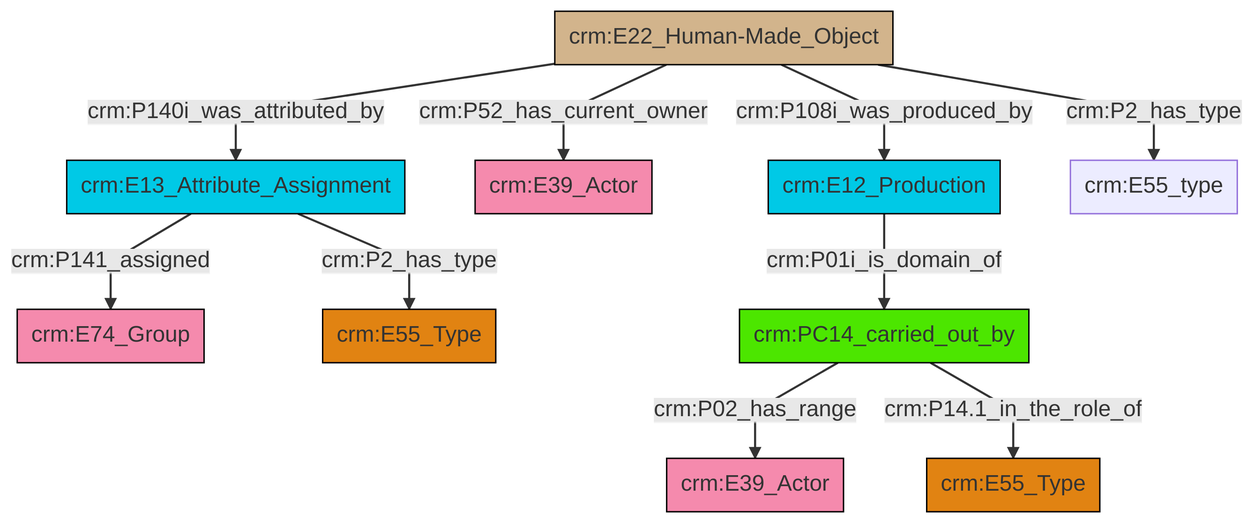
Earlier version of the Mermaid export et/builtWorkCSV/ttl/mmd/png/Built_Work_actor_relations.png (swiss-art-research-net/docs.swissartresearch). Its source is kept beside it as et/builtWorkCSV/ttl/mmd/Built_Work_actor_relations.ttl.mmd. Source of this version:
```mermaid
graph TD
classDef Literal fill:#f2f2f2,stroke:#000000;
classDef CRM_Entity fill:#FFFFFF,stroke:#000000;
classDef Temporal_Entity fill:#00C9E6, stroke:#000000;
classDef Type fill:#E18312, stroke:#000000;
classDef Time-Span fill:#2C9C91, stroke:#000000;
classDef Appellation fill:#FFEB7F, stroke:#000000;
classDef Place fill:#008836, stroke:#000000;
classDef Persistent_Item fill:#B266B2, stroke:#000000;
classDef Conceptual_Object fill:#FFD700, stroke:#000000;
classDef Physical_Thing fill:#D2B48C, stroke:#000000;
classDef Actor fill:#f58aad, stroke:#000000;
classDef PC_Classes fill:#4ce600, stroke:#000000;
classDef Multi fill:#cccccc,stroke:#000000;

0["crm:E13_Attribute_Assignment"]:::Temporal_Entity -->|crm:P141_assigned| 1["crm:E74_Group"]:::Actor
2["crm:E22_Human-Made_Object"]:::Physical_Thing -->|crm:P52_has_current_owner| 3["crm:E39_Actor"]:::Actor
7["crm:PC14_carried_out_by"]:::PC_Classes -->|crm:P02_has_range| 8["crm:E39_Actor"]:::Actor
2["crm:E22_Human-Made_Object"]:::Physical_Thing -->|crm:P140i_was_attributed_by| 0["crm:E13_Attribute_Assignment"]:::Temporal_Entity
0["crm:E13_Attribute_Assignment"]:::Temporal_Entity -->|crm:P2_has_type| 5["crm:E55_Type"]:::Type
11["crm:E12_Production"]:::Temporal_Entity -->|crm:P01i_is_domain_of| 7["crm:PC14_carried_out_by"]:::PC_Classes
2["crm:E22_Human-Made_Object"]:::Physical_Thing -->|crm:P108i_was_produced_by| 11["crm:E12_Production"]:::Temporal_Entity
7["crm:PC14_carried_out_by"]:::PC_Classes -->|crm:P14.1_in_the_role_of| 9["crm:E55_Type"]:::Type
2["crm:E22_Human-Made_Object"]:::Physical_Thing -->|crm:P2_has_type| 16["crm:E55_type"]:::Default
```
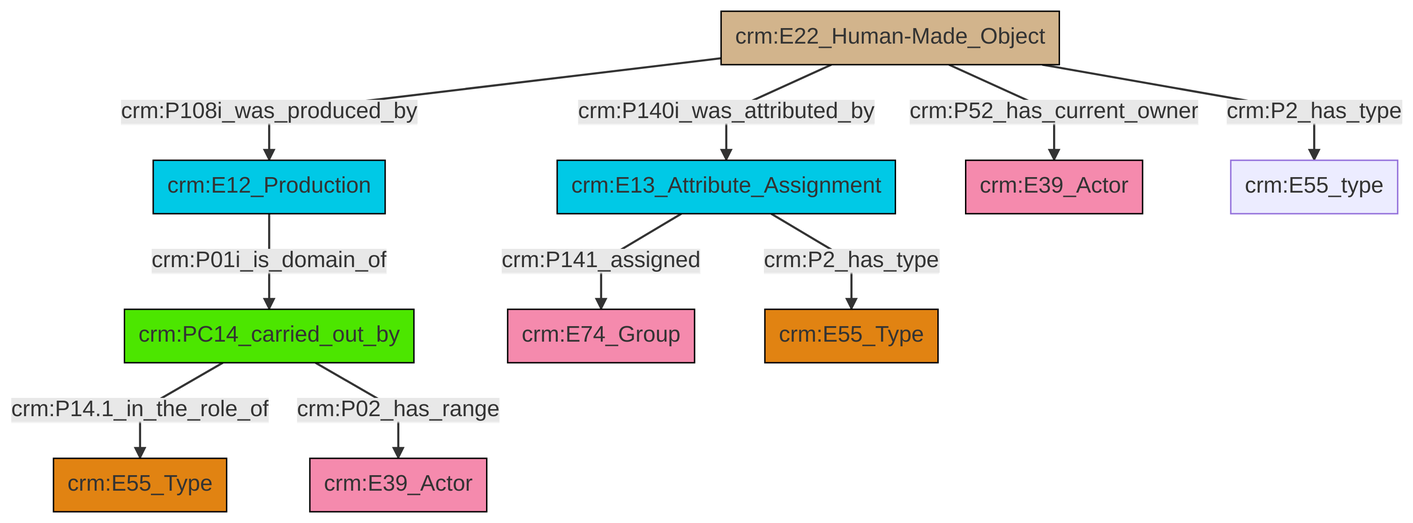
After the commit.

What changed in the source:
```diff
@@ -13,12 +13,12 @@
 classDef PC_Classes fill:#4ce600, stroke:#000000;
 classDef Multi fill:#cccccc,stroke:#000000;
 
-0["crm:E13_Attribute_Assignment"]:::Temporal_Entity -->|crm:P141_assigned| 1["crm:E74_Group"]:::Actor
-2["crm:E22_Human-Made_Object"]:::Physical_Thing -->|crm:P52_has_current_owner| 3["crm:E39_Actor"]:::Actor
-7["crm:PC14_carried_out_by"]:::PC_Classes -->|crm:P02_has_range| 8["crm:E39_Actor"]:::Actor
-2["crm:E22_Human-Made_Object"]:::Physical_Thing -->|crm:P140i_was_attributed_by| 0["crm:E13_Attribute_Assignment"]:::Temporal_Entity
-0["crm:E13_Attribute_Assignment"]:::Temporal_Entity -->|crm:P2_has_type| 5["crm:E55_Type"]:::Type
-11["crm:E12_Production"]:::Temporal_Entity -->|crm:P01i_is_domain_of| 7["crm:PC14_carried_out_by"]:::PC_Classes
-2["crm:E22_Human-Made_Object"]:::Physical_Thing -->|crm:P108i_was_produced_by| 11["crm:E12_Production"]:::Temporal_Entity
-7["crm:PC14_carried_out_by"]:::PC_Classes -->|crm:P14.1_in_the_role_of| 9["crm:E55_Type"]:::Type
-2["crm:E22_Human-Made_Object"]:::Physical_Thing -->|crm:P2_has_type| 16["crm:E55_type"]:::Default
+0["crm:E12_Production"]:::Temporal_Entity -->|crm:P01i_is_domain_of| 2["crm:PC14_carried_out_by"]:::PC_Classes
+5["crm:E22_Human-Made_Object"]:::Physical_Thing -->|crm:P140i_was_attributed_by| 6["crm:E13_Attribute_Assignment"]:::Temporal_Entity
+5["crm:E22_Human-Made_Object"]:::Physical_Thing -->|crm:P108i_was_produced_by| 0["crm:E12_Production"]:::Temporal_Entity
+6["crm:E13_Attribute_Assignment"]:::Temporal_Entity -->|crm:P141_assigned| 3["crm:E74_Group"]:::Actor
+2["crm:PC14_carried_out_by"]:::PC_Classes -->|crm:P14.1_in_the_role_of| 11["crm:E55_Type"]:::Type
+6["crm:E13_Attribute_Assignment"]:::Temporal_Entity -->|crm:P2_has_type| 8["crm:E55_Type"]:::Type
+2["crm:PC14_carried_out_by"]:::PC_Classes -->|crm:P02_has_range| 13["crm:E39_Actor"]:::Actor
+5["crm:E22_Human-Made_Object"]:::Physical_Thing -->|crm:P52_has_current_owner| 16["crm:E39_Actor"]:::Actor
+5["crm:E22_Human-Made_Object"]:::Physical_Thing -->|crm:P2_has_type| 18["crm:E55_type"]:::Default
```
